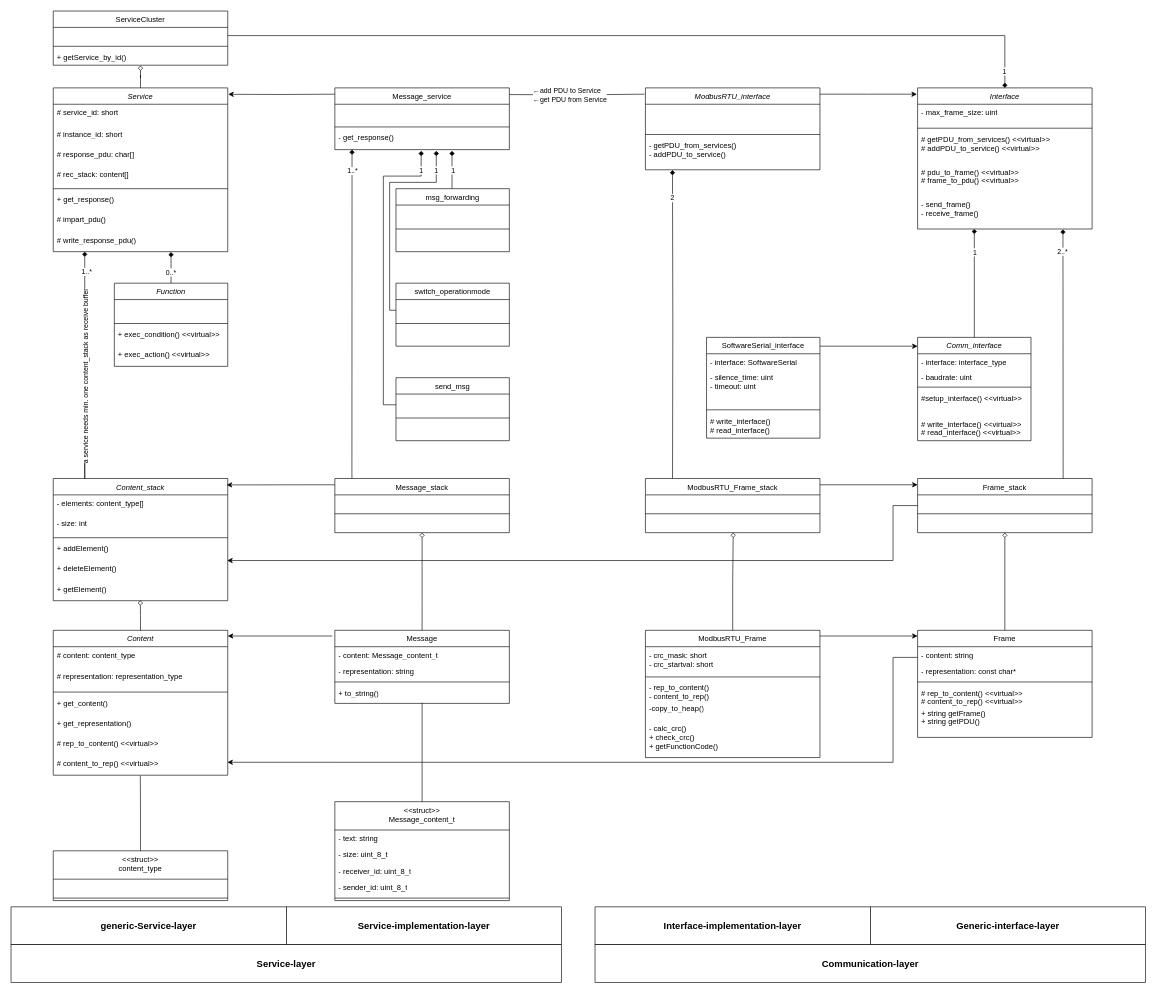
The draw.io diagram modbus_classdiagram.drawio in F-L-X-S/BusBricks, before the edit. Source tidied: cells renumbered, new cells numbered last; positions are measured from the earlier drawing's top-left corner, leaving out a move shared by most shapes. Both pictures are drawn from the tidied source at 63%, with x=0, y=0 at pixel (11, 11).
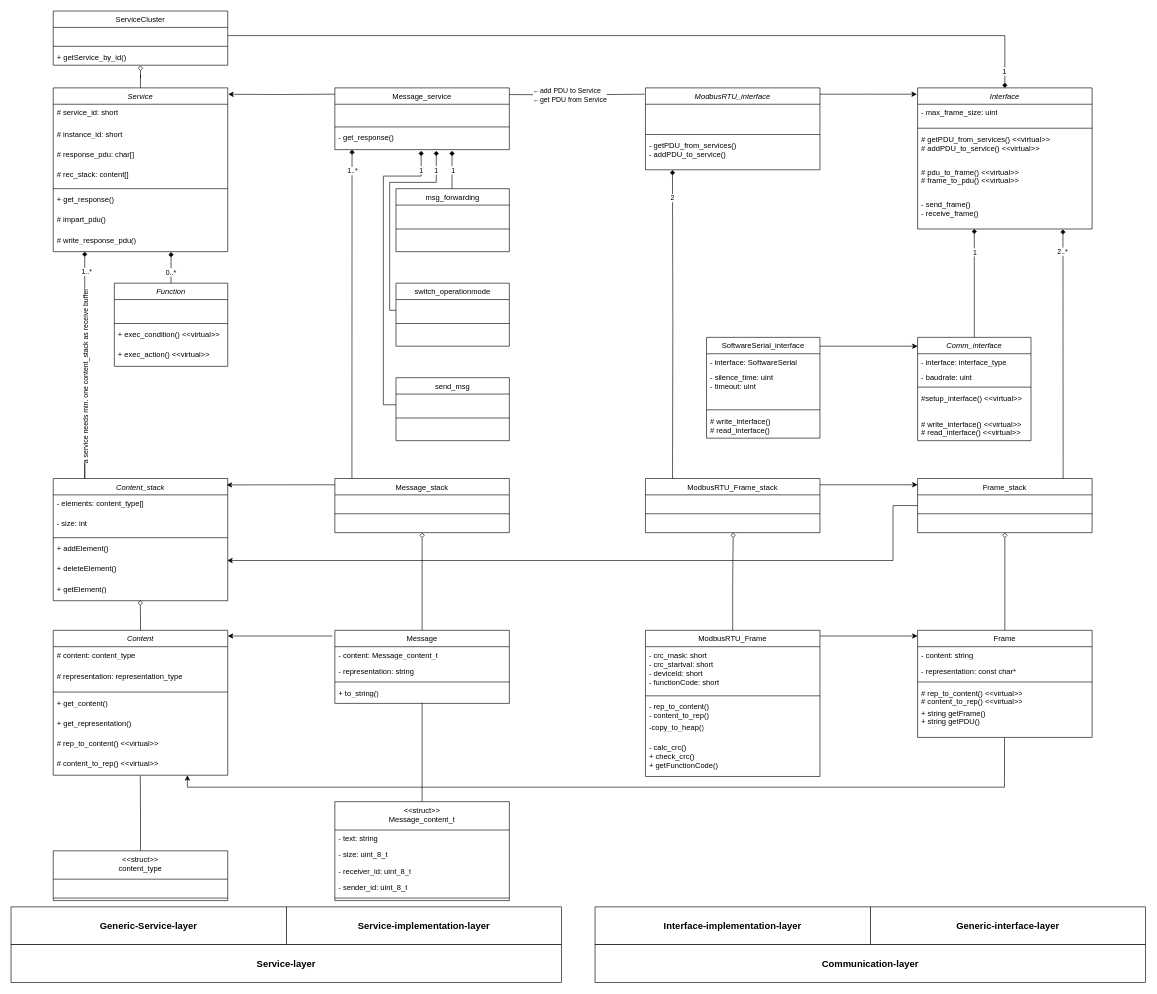
The same page after the edit.

The change refers to these unchanged cells:
```xml
<mxCell id="36" value="# content_to_rep()&amp;nbsp;&amp;lt;&amp;lt;virtual&amp;gt;&amp;gt;" style="text;strokeColor=none;fillColor=none;align=left;verticalAlign=top;spacingLeft=4;spacingRight=4;overflow=hidden;points=[[0,0.5],[1,0.5]];portConstraint=eastwest;whiteSpace=wrap;html=1;" parent="29" vertex="1">
  <mxGeometry y="198" width="277" height="32" as="geometry" />
</mxCell>
<mxCell id="133" value="&lt;span style=&quot;font-weight: 400;&quot;&gt;Frame&lt;/span&gt;" style="swimlane;fontStyle=1;align=center;verticalAlign=top;horizontal=1;startSize=26;whiteSpace=wrap;html=1;" parent="1" vertex="1">
  <mxGeometry x="1439" y="983" width="277" height="170" as="geometry" />
</mxCell>
<mxCell id="138" value="+ string getFrame()&amp;nbsp;&lt;br&gt;+ string getPDU()&amp;nbsp;" style="text;strokeColor=none;fillColor=none;align=left;verticalAlign=top;spacingLeft=4;spacingRight=4;overflow=hidden;points=[[0,0.5],[1,0.5]];portConstraint=eastwest;whiteSpace=wrap;html=1;" parent="133" vertex="1">
  <mxGeometry y="118" width="277" height="52" as="geometry" />
</mxCell>
```

Diff of the diagram source:
```diff
@@
-    <mxCell id="95" value="generic-Service-layer" style="rounded=0;whiteSpace=wrap;html=1;fontStyle=1;fontSize=15;" parent="1" vertex="1">
+    <mxCell id="95" value="Generic-Service-layer" style="rounded=0;whiteSpace=wrap;html=1;fontStyle=1;fontSize=15;" parent="1" vertex="1">
       <mxGeometry y="1422" width="437" height="60" as="geometry" />
     </mxCell>
@@
-    <mxCell id="132" style="edgeStyle=orthogonalEdgeStyle;rounded=0;jettySize=auto;html=1;entryX=0.998;entryY=0.358;entryDx=0;entryDy=0;entryPerimeter=0;" parent="1" edge="1" source="133" target="36">
+    <mxCell id="132" style="edgeStyle=orthogonalEdgeStyle;rounded=0;jettySize=auto;html=1;exitX=0.498;exitY=1.002;exitDx=0;exitDy=0;exitPerimeter=0;" parent="1" edge="1" source="138" target="36">
       <mxGeometry relative="1" as="geometry">
         <Array as="points">
-          <mxPoint x="1400" y="1026" />
-          <mxPoint x="1400" y="1192" />
-          <mxPoint x="343" y="1192" />
+          <mxPoint x="1577" y="1232" />
+          <mxPoint x="280" y="1232" />
         </Array>
       </mxGeometry>
     </mxCell>
@@
     <mxCell id="139" value="&lt;span style=&quot;font-weight: 400;&quot;&gt;ModbusRTU_Frame&lt;/span&gt;" style="swimlane;fontStyle=1;align=center;verticalAlign=top;horizontal=1;startSize=26;whiteSpace=wrap;html=1;" parent="1" vertex="1">
-      <mxGeometry x="1007" y="983" width="277" height="202" as="geometry" />
+      <mxGeometry x="1007" y="983" width="277" height="232" as="geometry" />
     </mxCell>
-    <mxCell id="140" value="- crc_mask: short&lt;div&gt;- crc_startval: short&lt;/div&gt;" style="text;strokeColor=none;fillColor=none;align=left;verticalAlign=top;spacingLeft=4;spacingRight=4;overflow=hidden;whiteSpace=wrap;html=1;" parent="139" vertex="1">
-      <mxGeometry y="26" width="277" height="44" as="geometry" />
+    <mxCell id="140" value="- crc_mask: short&lt;div&gt;- crc_startval: short&lt;/div&gt;&lt;div&gt;- deviceId: short&amp;nbsp;&lt;/div&gt;&lt;div&gt;- functionCode: short&amp;nbsp;&lt;/div&gt;" style="text;strokeColor=none;fillColor=none;align=left;verticalAlign=top;spacingLeft=4;spacingRight=4;overflow=hidden;whiteSpace=wrap;html=1;" parent="139" vertex="1">
+      <mxGeometry y="26" width="277" height="74" as="geometry" />
     </mxCell>
     <mxCell id="141" style="line;strokeWidth=1;fillColor=none;align=left;verticalAlign=middle;spacingTop=-1;spacingLeft=3;spacingRight=3;labelPosition=right;strokeColor=inherit;" parent="139" vertex="1">
-      <mxGeometry y="70" width="277" height="8" as="geometry" />
+      <mxGeometry y="100" width="277" height="8" as="geometry" />
     </mxCell>
     <mxCell id="142" value="- rep_to_content()&amp;nbsp;&lt;br&gt;- content_to_rep()&amp;nbsp;" style="text;strokeColor=none;fillColor=none;align=left;verticalAlign=top;spacingLeft=4;spacingRight=4;overflow=hidden;whiteSpace=wrap;html=1;" parent="139" vertex="1">
-      <mxGeometry y="78" width="277" height="32" as="geometry" />
+      <mxGeometry y="108" width="277" height="32" as="geometry" />
     </mxCell>
     <mxCell id="143" value="-copy_to_heap()" style="text;strokeColor=none;fillColor=none;align=left;verticalAlign=top;spacingLeft=4;spacingRight=4;overflow=hidden;whiteSpace=wrap;html=1;" parent="139" vertex="1">
-      <mxGeometry y="110" width="277" height="32" as="geometry" />
+      <mxGeometry y="140" width="277" height="32" as="geometry" />
     </mxCell>
     <mxCell id="144" value="- calc_crc()&lt;div&gt;&lt;span style=&quot;background-color: initial;&quot;&gt;+ check_crc()&lt;/span&gt;&lt;/div&gt;&lt;div&gt;&lt;span style=&quot;background-color: initial;&quot;&gt;+ getFunctionCode()&lt;/span&gt;&lt;/div&gt;" style="text;strokeColor=none;fillColor=none;align=left;verticalAlign=top;spacingLeft=4;spacingRight=4;overflow=hidden;whiteSpace=wrap;html=1;" parent="139" vertex="1">
-      <mxGeometry y="142" width="277" height="60" as="geometry" />
+      <mxGeometry y="172" width="277" height="60" as="geometry" />
     </mxCell>
```
